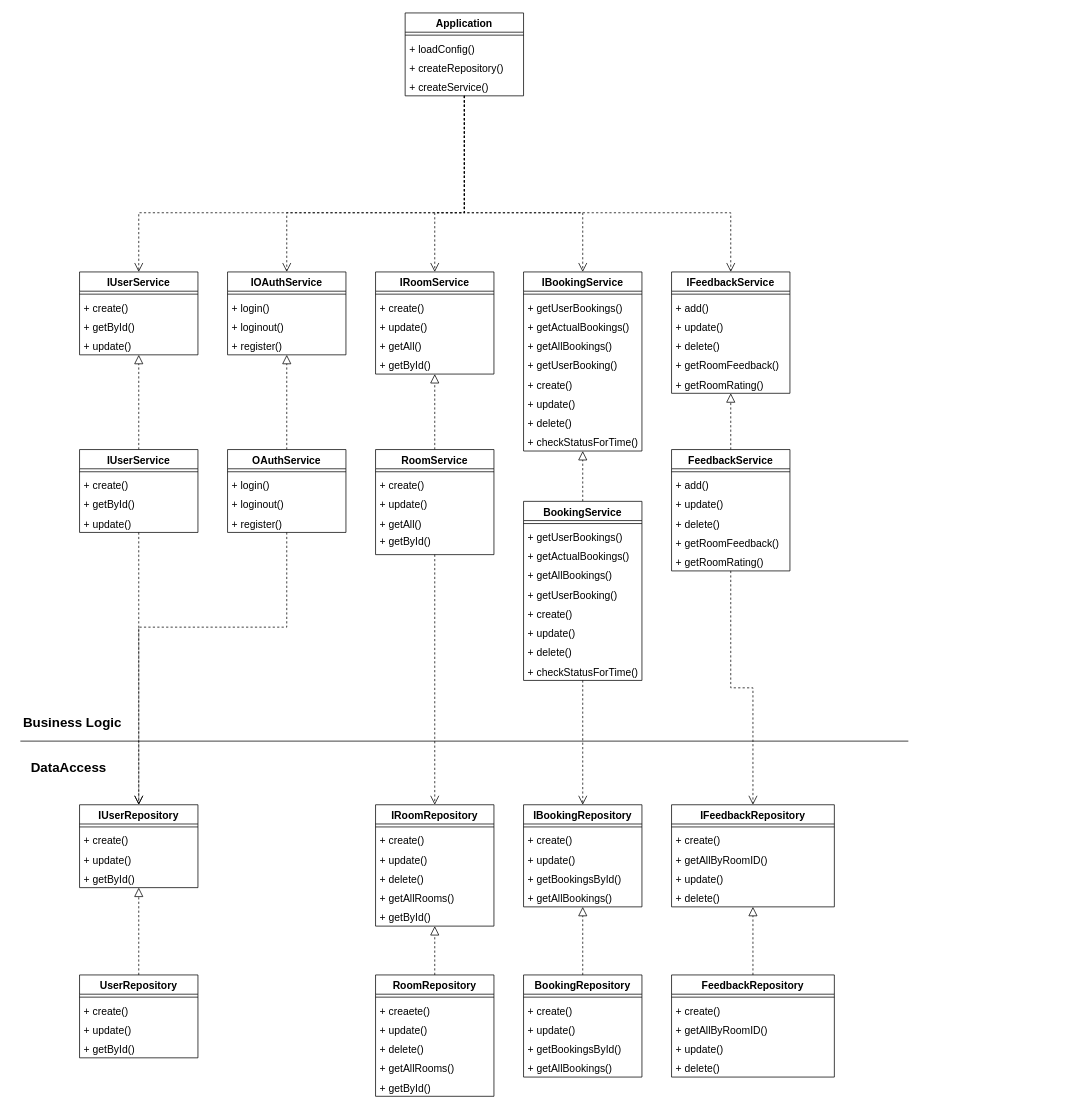
Mansurow/bmstu-iu7-6sem-PPO keeps this draw.io diagram as page "Class Diagram" (8 of 8) of img/diag.drawio. Above is the earlier version. Source tidied: cells renumbered, new cells numbered last; positions are measured from the earlier drawing's top-left corner, leaving out a move shared by most shapes. Both pictures are drawn from the tidied source at 74%, with x=0, y=0 at pixel (13, 13).
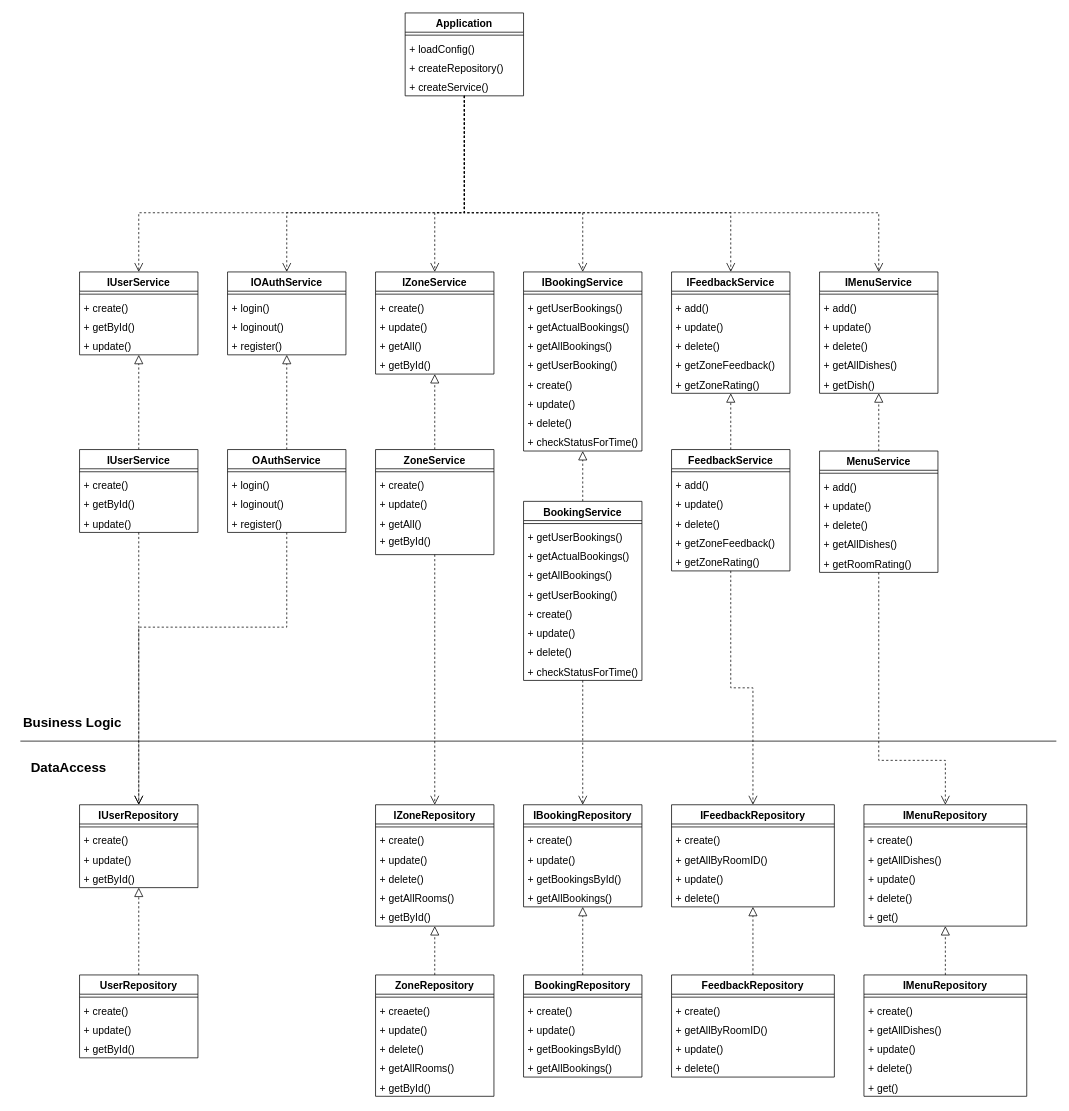
The same diagram, later.

Unchanged cells that the change refers to:
```xml
<mxCell id="11" value="+ createService()" style="text;strokeColor=none;fillColor=none;align=left;verticalAlign=top;spacingLeft=4;spacingRight=4;overflow=hidden;points=[[0,0.5],[1,0.5]];portConstraint=eastwest;fontSize=14;" parent="7" vertex="1">
  <mxGeometry y="86" width="160" height="26" as="geometry" />
</mxCell>
<mxCell id="90" value="IFeedbackService" style="swimlane;fontStyle=1;align=center;verticalAlign=top;horizontal=1;startSize=26;fontSize=14;" parent="1" vertex="1">
  <mxGeometry x="890" y="350" width="160" height="164" as="geometry" />
</mxCell>
<mxCell id="136" value="FeedbackService" style="swimlane;fontStyle=1;align=center;verticalAlign=top;horizontal=1;startSize=26;fontSize=14;" parent="1" vertex="1">
  <mxGeometry x="890" y="590" width="160" height="164" as="geometry" />
</mxCell>
```

Diff of the diagram source:
```diff
@@
-    <mxCell id="12" value="IRoomRepository" style="swimlane;fontStyle=1;align=center;verticalAlign=top;horizontal=1;startSize=26;fontSize=14;" parent="1" vertex="1">
+    <mxCell id="12" value="IZoneRepository" style="swimlane;fontStyle=1;align=center;verticalAlign=top;horizontal=1;startSize=26;fontSize=14;" parent="1" vertex="1">
       <mxGeometry x="490" y="1070" width="160" height="164" as="geometry" />
     </mxCell>
@@
-    <mxCell id="37" value="RoomRepository" style="swimlane;fontStyle=1;align=center;verticalAlign=top;horizontal=1;startSize=26;fontSize=14;" parent="1" vertex="1">
+    <mxCell id="37" value="ZoneRepository" style="swimlane;fontStyle=1;align=center;verticalAlign=top;horizontal=1;startSize=26;fontSize=14;" parent="1" vertex="1">
       <mxGeometry x="490" y="1300" width="160" height="164" as="geometry" />
     </mxCell>
@@
-    <mxCell id="74" value="IRoomService" style="swimlane;fontStyle=1;align=center;verticalAlign=top;horizontal=1;startSize=26;fontSize=14;" parent="1" vertex="1">
+    <mxCell id="74" value="IZoneService" style="swimlane;fontStyle=1;align=center;verticalAlign=top;horizontal=1;startSize=26;fontSize=14;" parent="1" vertex="1">
       <mxGeometry x="490" y="350" width="160" height="138" as="geometry" />
     </mxCell>
@@
-    <mxCell id="95" value="+ getRoomFeedback()" style="text;strokeColor=none;fillColor=none;align=left;verticalAlign=top;spacingLeft=4;spacingRight=4;overflow=hidden;fontSize=14;" parent="90" vertex="1">
+    <mxCell id="95" value="+ getZoneFeedback()" style="text;strokeColor=none;fillColor=none;align=left;verticalAlign=top;spacingLeft=4;spacingRight=4;overflow=hidden;fontSize=14;" parent="90" vertex="1">
       <mxGeometry y="112" width="160" height="26" as="geometry" />
     </mxCell>
-    <mxCell id="96" value="+ getRoomRating()" style="text;strokeColor=none;fillColor=none;align=left;verticalAlign=top;spacingLeft=4;spacingRight=4;overflow=hidden;fontSize=14;" parent="90" vertex="1">
+    <mxCell id="96" value="+ getZoneRating()" style="text;strokeColor=none;fillColor=none;align=left;verticalAlign=top;spacingLeft=4;spacingRight=4;overflow=hidden;fontSize=14;" parent="90" vertex="1">
       <mxGeometry y="138" width="160" height="26" as="geometry" />
     </mxCell>
@@
-    <mxCell id="103" value="RoomService" style="swimlane;fontStyle=1;align=center;verticalAlign=top;horizontal=1;startSize=26;fontSize=14;" parent="1" vertex="1">
+    <mxCell id="103" value="ZoneService" style="swimlane;fontStyle=1;align=center;verticalAlign=top;horizontal=1;startSize=26;fontSize=14;" parent="1" vertex="1">
       <mxGeometry x="490" y="590" width="160" height="142" as="geometry" />
     </mxCell>
@@
     <mxCell id="113" style="line;strokeWidth=1;fillColor=none;align=left;verticalAlign=middle;spacingTop=-1;spacingLeft=3;spacingRight=3;labelPosition=right;strokeColor=inherit;fontSize=14;" parent="1" vertex="1">
-      <mxGeometry x="10" y="980" width="1200" height="8" as="geometry" />
+      <mxGeometry x="10" y="980" width="1400" height="8" as="geometry" />
     </mxCell>
@@
-    <mxCell id="141" value="+ getRoomFeedback()" style="text;strokeColor=none;fillColor=none;align=left;verticalAlign=top;spacingLeft=4;spacingRight=4;overflow=hidden;fontSize=14;" parent="136" vertex="1">
+    <mxCell id="141" value="+ getZoneFeedback()" style="text;strokeColor=none;fillColor=none;align=left;verticalAlign=top;spacingLeft=4;spacingRight=4;overflow=hidden;fontSize=14;" parent="136" vertex="1">
       <mxGeometry y="112" width="160" height="26" as="geometry" />
     </mxCell>
-    <mxCell id="142" value="+ getRoomRating()" style="text;strokeColor=none;fillColor=none;align=left;verticalAlign=top;spacingLeft=4;spacingRight=4;overflow=hidden;fontSize=14;" parent="136" vertex="1">
+    <mxCell id="142" value="+ getZoneRating()" style="text;strokeColor=none;fillColor=none;align=left;verticalAlign=top;spacingLeft=4;spacingRight=4;overflow=hidden;fontSize=14;" parent="136" vertex="1">
       <mxGeometry y="138" width="160" height="26" as="geometry" />
     </mxCell>
+    <mxCell id="143" value="IMenuRepository" style="swimlane;fontStyle=1;align=center;verticalAlign=top;horizontal=1;startSize=26;fontSize=14;" parent="1" vertex="1">
+      <mxGeometry x="1150" y="1070" width="220" height="164" as="geometry" />
+    </mxCell>
+    <mxCell id="144" style="line;strokeWidth=1;fillColor=none;align=left;verticalAlign=middle;spacingTop=-1;spacingLeft=3;spacingRight=3;labelPosition=right;strokeColor=inherit;fontSize=14;" parent="143" vertex="1">
+      <mxGeometry y="26" width="220" height="8" as="geometry" />
+    </mxCell>
+    <mxCell id="145" value="+ create()" style="text;strokeColor=none;fillColor=none;align=left;verticalAlign=top;spacingLeft=4;spacingRight=4;overflow=hidden;fontSize=14;" parent="143" vertex="1">
+      <mxGeometry y="34" width="220" height="26" as="geometry" />
+    </mxCell>
+    <mxCell id="146" value="+ getAllDishes()" style="text;strokeColor=none;fillColor=none;align=left;verticalAlign=top;spacingLeft=4;spacingRight=4;overflow=hidden;fontSize=14;" parent="143" vertex="1">
+      <mxGeometry y="60" width="220" height="26" as="geometry" />
+    </mxCell>
+    <mxCell id="147" value="+ update()" style="text;strokeColor=none;fillColor=none;align=left;verticalAlign=top;spacingLeft=4;spacingRight=4;overflow=hidden;fontSize=14;" parent="143" vertex="1">
+      <mxGeometry y="86" width="220" height="26" as="geometry" />
+    </mxCell>
+    <mxCell id="148" value="+ delete()" style="text;strokeColor=none;fillColor=none;align=left;verticalAlign=top;spacingLeft=4;spacingRight=4;overflow=hidden;fontSize=14;" parent="143" vertex="1">
+      <mxGeometry y="112" width="220" height="26" as="geometry" />
+    </mxCell>
+    <mxCell id="149" value="+ get()" style="text;strokeColor=none;fillColor=none;align=left;verticalAlign=top;spacingLeft=4;spacingRight=4;overflow=hidden;fontSize=14;" parent="143" vertex="1">
+      <mxGeometry y="138" width="220" height="26" as="geometry" />
+    </mxCell>
+    <mxCell id="150" value="IMenuRepository" style="swimlane;fontStyle=1;align=center;verticalAlign=top;horizontal=1;startSize=26;fontSize=14;" parent="1" vertex="1">
+      <mxGeometry x="1150" y="1300" width="220" height="164" as="geometry" />
+    </mxCell>
+    <mxCell id="151" style="line;strokeWidth=1;fillColor=none;align=left;verticalAlign=middle;spacingTop=-1;spacingLeft=3;spacingRight=3;labelPosition=right;strokeColor=inherit;fontSize=14;" parent="150" vertex="1">
+      <mxGeometry y="26" width="220" height="8" as="geometry" />
+    </mxCell>
+    <mxCell id="152" value="+ create()" style="text;strokeColor=none;fillColor=none;align=left;verticalAlign=top;spacingLeft=4;spacingRight=4;overflow=hidden;fontSize=14;" parent="150" vertex="1">
+      <mxGeometry y="34" width="220" height="26" as="geometry" />
+    </mxCell>
+    <mxCell id="153" value="+ getAllDishes()" style="text;strokeColor=none;fillColor=none;align=left;verticalAlign=top;spacingLeft=4;spacingRight=4;overflow=hidden;fontSize=14;" parent="150" vertex="1">
+      <mxGeometry y="60" width="220" height="26" as="geometry" />
+    </mxCell>
+    <mxCell id="154" value="+ update()" style="text;strokeColor=none;fillColor=none;align=left;verticalAlign=top;spacingLeft=4;spacingRight=4;overflow=hidden;fontSize=14;" parent="150" vertex="1">
+      <mxGeometry y="86" width="220" height="26" as="geometry" />
+    </mxCell>
+    <mxCell id="155" value="+ delete()" style="text;strokeColor=none;fillColor=none;align=left;verticalAlign=top;spacingLeft=4;spacingRight=4;overflow=hidden;fontSize=14;" parent="150" vertex="1">
+      <mxGeometry y="112" width="220" height="26" as="geometry" />
+    </mxCell>
+    <mxCell id="156" value="+ get()" style="text;strokeColor=none;fillColor=none;align=left;verticalAlign=top;spacingLeft=4;spacingRight=4;overflow=hidden;fontSize=14;" parent="150" vertex="1">
+      <mxGeometry y="138" width="220" height="26" as="geometry" />
+    </mxCell>
+    <mxCell id="157" style="edgeStyle=orthogonalEdgeStyle;rounded=0;jettySize=auto;html=1;dashed=1;fontSize=14;startArrow=none;startFill=0;endArrow=block;endFill=0;endSize=10;exitX=0.5;exitY=0;exitDx=0;exitDy=0;" parent="1" edge="1" source="150" target="143">
+      <mxGeometry relative="1" as="geometry" />
+    </mxCell>
+    <mxCell id="158" value="IMenuService" style="swimlane;fontStyle=1;align=center;verticalAlign=top;horizontal=1;startSize=26;fontSize=14;" parent="1" vertex="1">
+      <mxGeometry x="1090" y="350" width="160" height="164" as="geometry" />
+    </mxCell>
+    <mxCell id="159" style="line;strokeWidth=1;fillColor=none;align=left;verticalAlign=middle;spacingTop=-1;spacingLeft=3;spacingRight=3;labelPosition=right;strokeColor=inherit;fontSize=14;" parent="158" vertex="1">
+      <mxGeometry y="26" width="160" height="8" as="geometry" />
+    </mxCell>
+    <mxCell id="160" value="+ add()" style="text;strokeColor=none;fillColor=none;align=left;verticalAlign=top;spacingLeft=4;spacingRight=4;overflow=hidden;fontSize=14;" parent="158" vertex="1">
+      <mxGeometry y="34" width="160" height="26" as="geometry" />
+    </mxCell>
+    <mxCell id="161" value="+ update()" style="text;strokeColor=none;fillColor=none;align=left;verticalAlign=top;spacingLeft=4;spacingRight=4;overflow=hidden;fontSize=14;" parent="158" vertex="1">
+      <mxGeometry y="60" width="160" height="26" as="geometry" />
+    </mxCell>
+    <mxCell id="162" value="+ delete()" style="text;strokeColor=none;fillColor=none;align=left;verticalAlign=top;spacingLeft=4;spacingRight=4;overflow=hidden;fontSize=14;" parent="158" vertex="1">
+      <mxGeometry y="86" width="160" height="26" as="geometry" />
+    </mxCell>
+    <mxCell id="163" value="+ getAllDishes()" style="text;strokeColor=none;fillColor=none;align=left;verticalAlign=top;spacingLeft=4;spacingRight=4;overflow=hidden;fontSize=14;" parent="158" vertex="1">
+      <mxGeometry y="112" width="160" height="26" as="geometry" />
+    </mxCell>
+    <mxCell id="164" value="+ getDish()" style="text;strokeColor=none;fillColor=none;align=left;verticalAlign=top;spacingLeft=4;spacingRight=4;overflow=hidden;points=[[0,0.5],[1,0.5]];portConstraint=eastwest;fontSize=14;" parent="158" vertex="1">
+      <mxGeometry y="138" width="160" height="26" as="geometry" />
+    </mxCell>
+    <mxCell id="165" style="edgeStyle=orthogonalEdgeStyle;rounded=0;jettySize=auto;html=1;entryX=0.5;entryY=0;entryDx=0;entryDy=0;dashed=1;fontSize=14;startArrow=none;startFill=0;endArrow=open;endFill=0;endSize=10;" parent="1" edge="1" source="11" target="158">
+      <mxGeometry relative="1" as="geometry">
+        <Array as="points">
+          <mxPoint x="610" y="270" />
+          <mxPoint x="1170" y="270" />
+        </Array>
+      </mxGeometry>
+    </mxCell>
+    <mxCell id="166" value="MenuService" style="swimlane;fontStyle=1;align=center;verticalAlign=top;horizontal=1;startSize=26;fontSize=14;" parent="1" vertex="1">
+      <mxGeometry x="1090" y="592" width="160" height="164" as="geometry" />
+    </mxCell>
+    <mxCell id="167" style="line;strokeWidth=1;fillColor=none;align=left;verticalAlign=middle;spacingTop=-1;spacingLeft=3;spacingRight=3;labelPosition=right;strokeColor=inherit;fontSize=14;" parent="166" vertex="1">
+      <mxGeometry y="26" width="160" height="8" as="geometry" />
+    </mxCell>
+    <mxCell id="168" value="+ add()" style="text;strokeColor=none;fillColor=none;align=left;verticalAlign=top;spacingLeft=4;spacingRight=4;overflow=hidden;fontSize=14;" parent="166" vertex="1">
+      <mxGeometry y="34" width="160" height="26" as="geometry" />
+    </mxCell>
+    <mxCell id="169" value="+ update()" style="text;strokeColor=none;fillColor=none;align=left;verticalAlign=top;spacingLeft=4;spacingRight=4;overflow=hidden;fontSize=14;" parent="166" vertex="1">
+      <mxGeometry y="60" width="160" height="26" as="geometry" />
+    </mxCell>
+    <mxCell id="170" value="+ delete()" style="text;strokeColor=none;fillColor=none;align=left;verticalAlign=top;spacingLeft=4;spacingRight=4;overflow=hidden;fontSize=14;" parent="166" vertex="1">
+      <mxGeometry y="86" width="160" height="26" as="geometry" />
+    </mxCell>
+    <mxCell id="171" value="+ getAllDishes()" style="text;strokeColor=none;fillColor=none;align=left;verticalAlign=top;spacingLeft=4;spacingRight=4;overflow=hidden;fontSize=14;" parent="166" vertex="1">
+      <mxGeometry y="112" width="160" height="26" as="geometry" />
+    </mxCell>
+    <mxCell id="172" value="+ getRoomRating()" style="text;strokeColor=none;fillColor=none;align=left;verticalAlign=top;spacingLeft=4;spacingRight=4;overflow=hidden;points=[[0,0.5],[1,0.5]];portConstraint=eastwest;fontSize=14;" parent="166" vertex="1">
+      <mxGeometry y="138" width="160" height="26" as="geometry" />
+    </mxCell>
+    <mxCell id="173" style="edgeStyle=orthogonalEdgeStyle;rounded=0;jettySize=auto;html=1;dashed=1;fontSize=14;startArrow=none;startFill=0;endArrow=block;endFill=0;endSize=10;exitX=0.5;exitY=0;exitDx=0;exitDy=0;" parent="1" edge="1" source="166" target="164">
+      <mxGeometry relative="1" as="geometry">
+        <Array as="points">
+          <mxPoint x="1170" y="540" />
+          <mxPoint x="1170" y="540" />
+        </Array>
+      </mxGeometry>
+    </mxCell>
+    <mxCell id="174" style="edgeStyle=orthogonalEdgeStyle;rounded=0;jettySize=auto;html=1;dashed=1;fontSize=14;startArrow=none;startFill=0;endArrow=open;endFill=0;endSize=10;entryX=0.5;entryY=0;entryDx=0;entryDy=0;" parent="1" edge="1" source="172" target="143">
+      <mxGeometry relative="1" as="geometry">
+        <Array as="points">
+          <mxPoint x="1170" y="1010" />
+          <mxPoint x="1260" y="1010" />
+        </Array>
+      </mxGeometry>
+    </mxCell>
```
